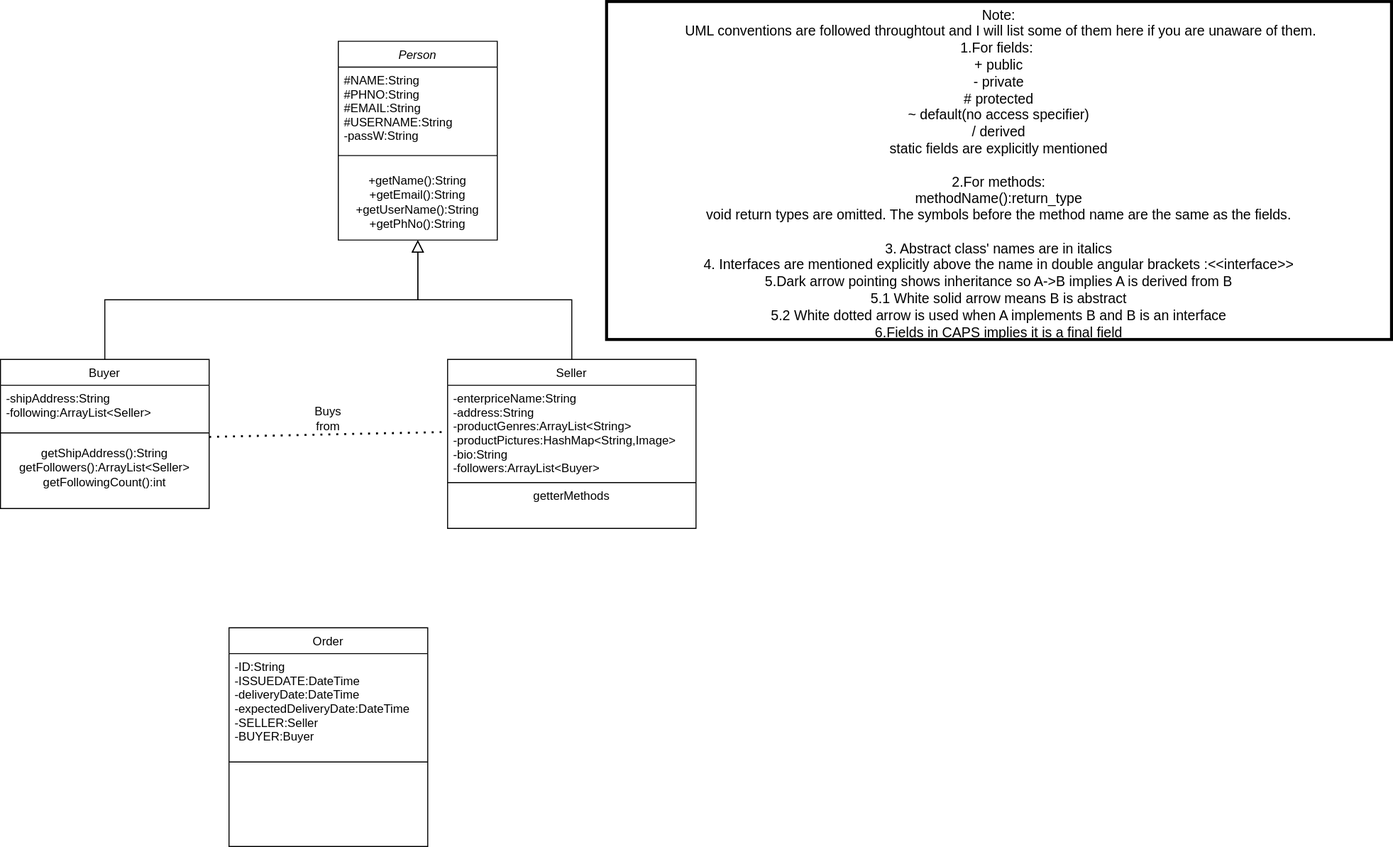
This is Class Diagram.svg from harry7337/The-Idea, a draw.io export, as it was before one commit. Source tidied: cells renumbered, new cells last; positions are measured from the earlier drawing's top-left corner, leaving out a move shared by most shapes.
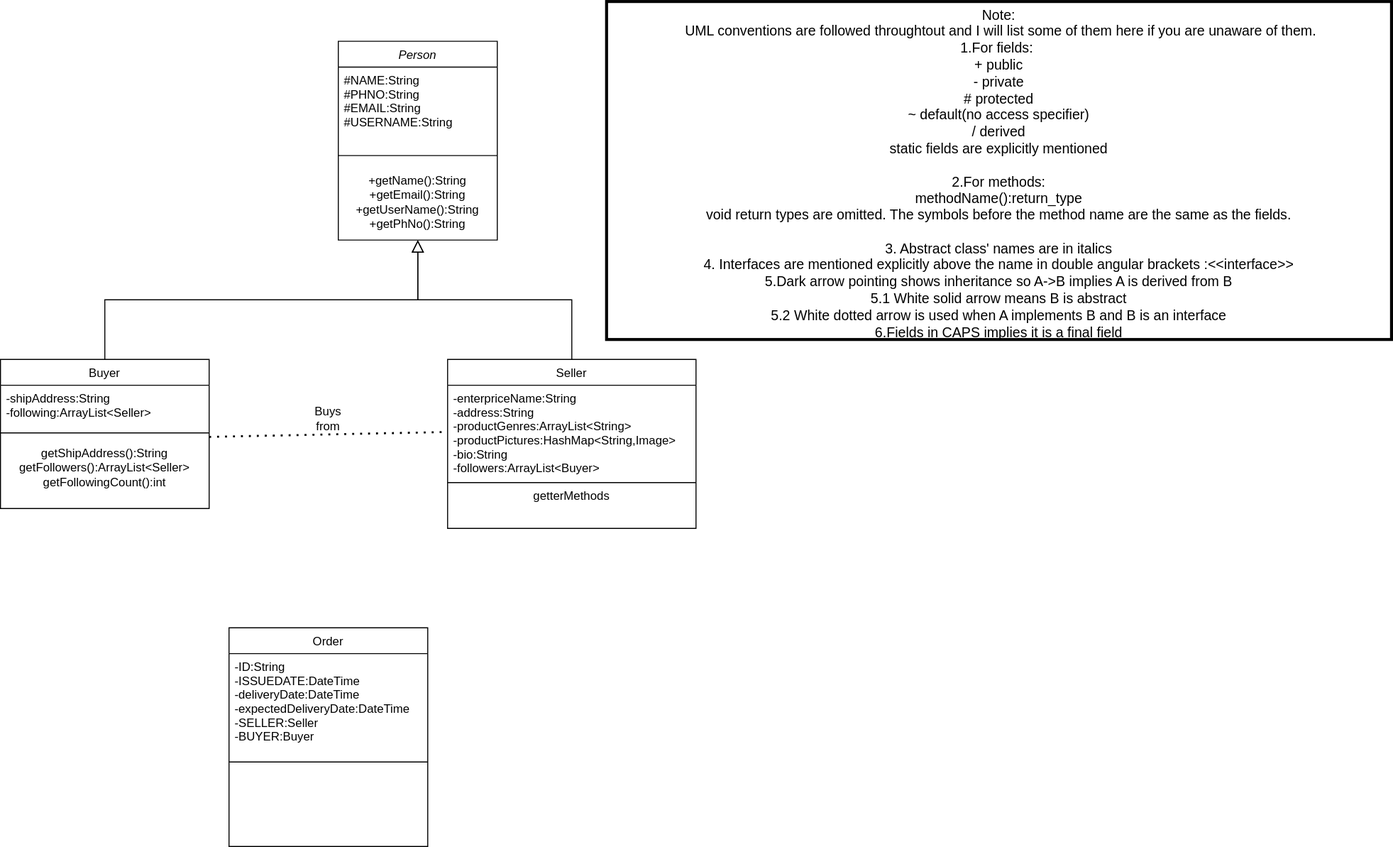
Above is the later version.

What changed in the source:
```diff
@@ -5,7 +5,7 @@
     <mxCell id="2" value="Person" style="swimlane;fontStyle=2;align=center;verticalAlign=top;horizontal=1;startSize=26;rounded=0;shadow=0;strokeWidth=1;" parent="1" vertex="1">
       <mxGeometry x="340" y="40" width="160" height="200" as="geometry" />
     </mxCell>
-    <mxCell id="3" value="#NAME:String&#10;#PHNO:String&#10;#EMAIL:String&#10;#USERNAME:String&#10;-passW:String" style="text;align=left;verticalAlign=top;spacingLeft=4;spacingRight=4;overflow=hidden;" parent="2" vertex="1">
+    <mxCell id="3" value="#NAME:String&#10;#PHNO:String&#10;#EMAIL:String&#10;#USERNAME:String" style="text;align=left;verticalAlign=top;spacingLeft=4;spacingRight=4;overflow=hidden;" parent="2" vertex="1">
       <mxGeometry y="26" width="160" height="84" as="geometry" />
     </mxCell>
     <mxCell id="4" style="line;html=1;strokeWidth=1;align=left;verticalAlign=middle;spacingTop=-1;spacingLeft=3;spacingRight=3;labelPosition=right;" parent="2" vertex="1">
```
